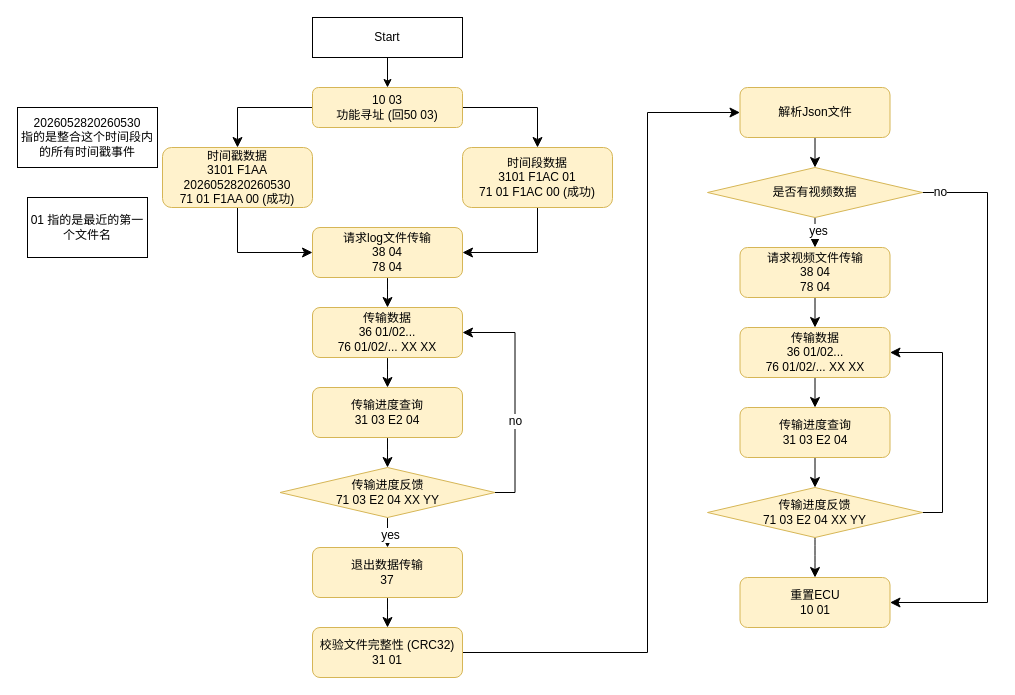
Above: page "Page-5" (5 of 5) of HJtodolist.drawio in YuzhouYe/peb (draw.io), before the change. Source tidied: cells renumbered, new cells numbered last; positions are measured from the earlier drawing's top-left corner, leaving out a move shared by most shapes. Both pictures are drawn from the tidied source at 100%, with x=0, y=0 at pixel (17, 17).
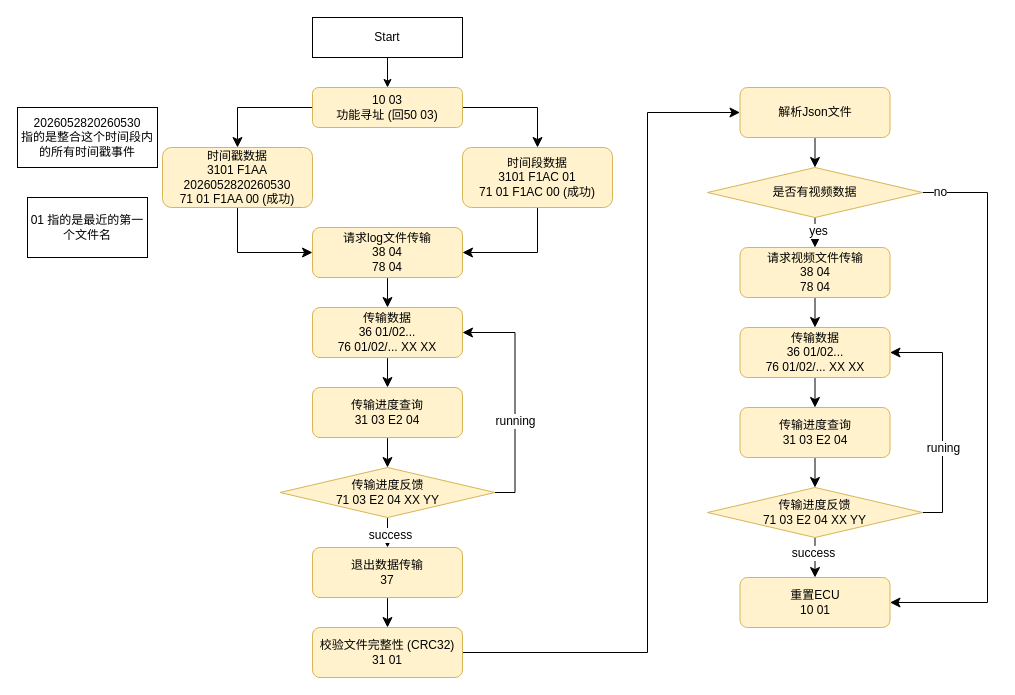
The same diagram, later.

Unchanged cells that the change refers to:
```xml
<mxCell id="18" style="edgeStyle=none;curved=1;rounded=0;jettySize=auto;html=1;exitX=0.5;exitY=1;exitDx=0;exitDy=0;entryX=0.5;entryY=0;entryDx=0;entryDy=0;fontSize=12;startSize=8;endSize=8;" parent="1" edge="1" source="22" target="17">
  <mxGeometry relative="1" as="geometry" />
</mxCell>
<mxCell id="20" style="edgeStyle=orthogonalEdgeStyle;rounded=0;jettySize=auto;html=1;exitX=1;exitY=0.5;exitDx=0;exitDy=0;entryX=1;entryY=0.5;entryDx=0;entryDy=0;fontSize=12;startSize=8;endSize=8;" parent="1" edge="1" source="22" target="12">
  <mxGeometry relative="1" as="geometry" />
</mxCell>
<mxCell id="40" style="edgeStyle=orthogonalEdgeStyle;rounded=0;jettySize=auto;html=1;exitX=1;exitY=0.5;exitDx=0;exitDy=0;entryX=1;entryY=0.5;entryDx=0;entryDy=0;fontSize=12;startSize=8;endSize=8;" parent="1" edge="1" source="42" target="39">
  <mxGeometry relative="1" as="geometry" />
</mxCell>
<mxCell id="41" style="edgeStyle=none;curved=1;rounded=0;jettySize=auto;html=1;exitX=0.5;exitY=1;exitDx=0;exitDy=0;entryX=0.5;entryY=0;entryDx=0;entryDy=0;fontSize=12;startSize=8;endSize=8;" parent="1" edge="1" source="42" target="45">
  <mxGeometry relative="1" as="geometry" />
</mxCell>
```

The edit, as a diff of the source:
```diff
@@
-    <mxCell id="19" value="yes" style="edgeLabel;html=1;align=center;verticalAlign=middle;fontSize=12;" parent="18" vertex="1">
+    <mxCell id="19" value="success" style="edgeLabel;html=1;align=center;verticalAlign=middle;fontSize=12;" parent="18" vertex="1">
       <mxGeometry x="0.14" y="2" relative="1" as="geometry" />
     </mxCell>
@@
-    <mxCell id="21" value="no" style="edgeLabel;html=1;align=center;verticalAlign=middle;fontSize=12;" parent="20" vertex="1">
+    <mxCell id="21" value="running" style="edgeLabel;html=1;align=center;verticalAlign=middle;fontSize=12;" parent="20" vertex="1">
       <mxGeometry x="-0.21" relative="1" as="geometry" />
     </mxCell>
@@
+    <mxCell id="46" value="runing" style="edgeLabel;html=1;align=center;verticalAlign=middle;fontSize=12;" parent="40" vertex="1">
+      <mxGeometry x="-0.27" relative="1" as="geometry" />
+    </mxCell>
@@
+    <mxCell id="47" value="success" style="edgeLabel;html=1;align=center;verticalAlign=middle;fontSize=12;" parent="41" vertex="1">
+      <mxGeometry x="-0.24" y="-2" relative="1" as="geometry" />
+    </mxCell>
```
